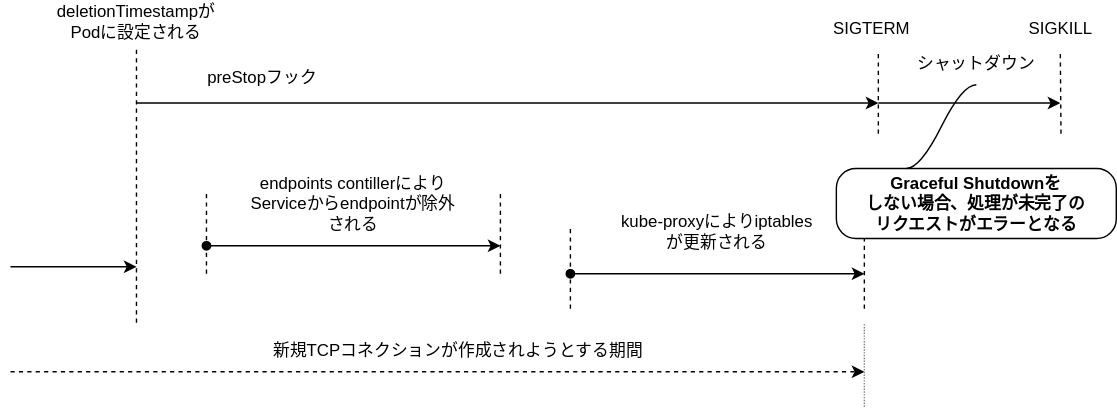
This is articles/images/kubernetes-graceful-shutdown-experiment-04.dio.svg from hhiroshell/alpaca-notes, a draw.io export, as it was before one commit. Source tidied: cells renumbered, new cells last; positions are measured from the earlier drawing's top-left corner, leaving out a move shared by most shapes.
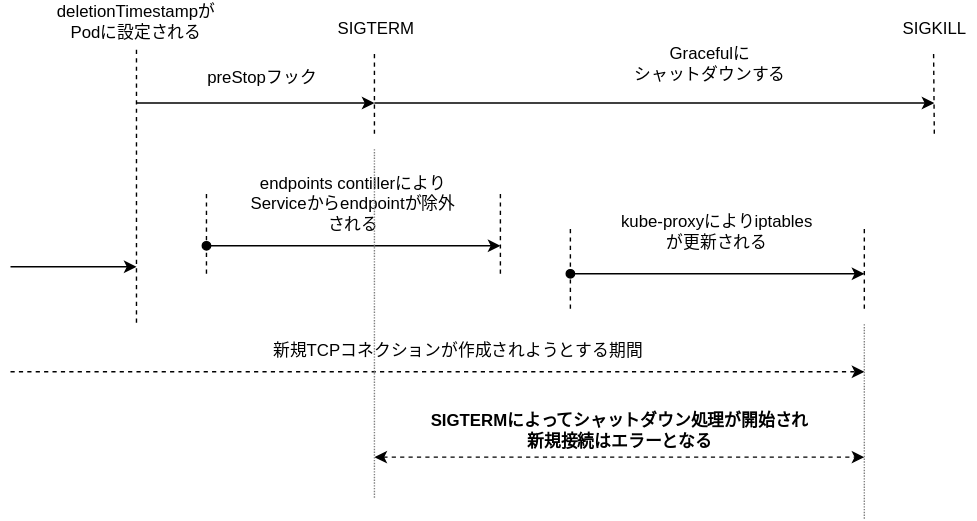
After the commit.

What changed in the source:
```diff
@@ -71,50 +71,59 @@
     <mxCell id="15" style="endArrow=classic;html=1;" parent="1" edge="1">
       <mxGeometry relative="1" as="geometry">
         <mxPoint x="90" y="73" as="sourcePoint" />
-        <mxPoint x="620" y="73" as="targetPoint" />
+        <mxPoint x="260" y="73" as="targetPoint" />
       </mxGeometry>
     </mxCell>
     <mxCell id="16" style="endArrow=classic;html=1;" parent="1" edge="1">
       <mxGeometry relative="1" as="geometry">
-        <mxPoint x="620" y="73" as="sourcePoint" />
-        <mxPoint x="750" y="73" as="targetPoint" />
+        <mxPoint x="260" y="73" as="sourcePoint" />
+        <mxPoint x="660" y="73" as="targetPoint" />
       </mxGeometry>
     </mxCell>
     <mxCell id="17" style="endArrow=none;dashed=1;html=1;" parent="1" edge="1">
       <mxGeometry relative="1" as="geometry">
-        <mxPoint x="620" y="95" as="sourcePoint" />
-        <mxPoint x="620" y="35" as="targetPoint" />
+        <mxPoint x="260" y="95" as="sourcePoint" />
+        <mxPoint x="260" y="35" as="targetPoint" />
       </mxGeometry>
     </mxCell>
     <mxCell id="18" style="endArrow=none;dashed=1;html=1;" parent="1" edge="1">
       <mxGeometry relative="1" as="geometry">
-        <mxPoint x="750.5" y="95" as="sourcePoint" />
-        <mxPoint x="750" y="38" as="targetPoint" />
+        <mxPoint x="660" y="95" as="sourcePoint" />
+        <mxPoint x="659.5" y="38" as="targetPoint" />
       </mxGeometry>
     </mxCell>
     <mxCell id="19" value="preStopフック" style="text;html=1;strokeColor=none;fillColor=none;align=center;verticalAlign=middle;whiteSpace=wrap;rounded=0;" parent="1" vertex="1">
       <mxGeometry x="120" y="40" width="120" height="30" as="geometry" />
     </mxCell>
     <mxCell id="20" value="SIGTERM" style="text;html=1;align=center;verticalAlign=middle;" parent="1" vertex="1">
-      <mxGeometry x="580" y="10" width="70" height="20" as="geometry" />
+      <mxGeometry x="226" y="10" width="70" height="20" as="geometry" />
     </mxCell>
     <mxCell id="21" value="SIGKILL" style="text;html=1;align=center;verticalAlign=middle;" parent="1" vertex="1">
-      <mxGeometry x="720" y="10" width="60" height="20" as="geometry" />
+      <mxGeometry x="630" y="10" width="60" height="20" as="geometry" />
     </mxCell>
+    <mxCell id="26" style="endArrow=classic;startArrow=classic;html=1;dashed=1;" parent="1" edge="1">
+      <mxGeometry relative="1" as="geometry">
+        <mxPoint x="260" y="326" as="sourcePoint" />
+        <mxPoint x="610" y="326" as="targetPoint" />
+      </mxGeometry>
+    </mxCell>
+    <mxCell id="27" value="SIGTERMによってシャットダウン処理が開始され&lt;br&gt;新規接続はエラーとなる" style="text;html=1;align=center;verticalAlign=middle;fontStyle=1;" parent="1" vertex="1">
+      <mxGeometry x="290" y="292" width="290" height="30" as="geometry" />
+    </mxCell>
+    <mxCell id="28" style="endArrow=none;html=1;fillColor=#bac8d3;strokeColor=#808080;dashed=1;dashPattern=1 1;" parent="1" edge="1">
+      <mxGeometry relative="1" as="geometry">
+        <mxPoint x="260" y="355" as="sourcePoint" />
+        <mxPoint x="260" y="105" as="targetPoint" />
+      </mxGeometry>
+    </mxCell>
     <mxCell id="22" style="endArrow=none;html=1;fillColor=#bac8d3;strokeColor=#808080;dashed=1;dashPattern=1 1;" parent="1" edge="1">
       <mxGeometry relative="1" as="geometry">
-        <mxPoint x="610" y="290" as="sourcePoint" />
+        <mxPoint x="610" y="370" as="sourcePoint" />
         <mxPoint x="610" y="230" as="targetPoint" />
       </mxGeometry>
     </mxCell>
-    <mxCell id="23" value="シャットダウン" style="text;html=1;strokeColor=none;fillColor=none;align=center;verticalAlign=middle;whiteSpace=wrap;rounded=0;" parent="1" vertex="1">
-      <mxGeometry x="630" y="30" width="120" height="30" as="geometry" />
+    <mxCell id="23" value="Gracefulに&lt;br&gt;シャットダウンする" style="text;html=1;strokeColor=none;fillColor=none;align=center;verticalAlign=middle;whiteSpace=wrap;rounded=0;" parent="1" vertex="1">
+      <mxGeometry x="440" y="30" width="120" height="30" as="geometry" />
     </mxCell>
-    <mxCell id="24" value="Graceful Shutdownを&lt;br&gt;しない場合、処理が未完了の&lt;br&gt;リクエストがエラーとなる" style="whiteSpace=wrap;html=1;rounded=1;arcSize=28;align=center;verticalAlign=middle;strokeWidth=1;spacing=4;newEdgeStyle={&quot;edgeStyle&quot;:&quot;entityRelationEdgeStyle&quot;,&quot;startArrow&quot;:&quot;none&quot;,&quot;endArrow&quot;:&quot;none&quot;,&quot;segment&quot;:10,&quot;curved&quot;:1};fontStyle=1;" parent="1" vertex="1">
-      <mxGeometry x="590" y="119.8" width="200" height="50" as="geometry" />
-    </mxCell>
-    <mxCell id="25" style="edgeStyle=entityRelationEdgeStyle;startArrow=none;endArrow=none;segment=10;curved=1;exitX=0.5;exitY=1;exitDx=0;exitDy=0;entryX=0.25;entryY=0;entryDx=0;entryDy=0;" parent="1" edge="1" source="23" target="24">
-      <mxGeometry relative="1" as="geometry" />
-    </mxCell>
   </root>
 </mxGraphModel>
```
